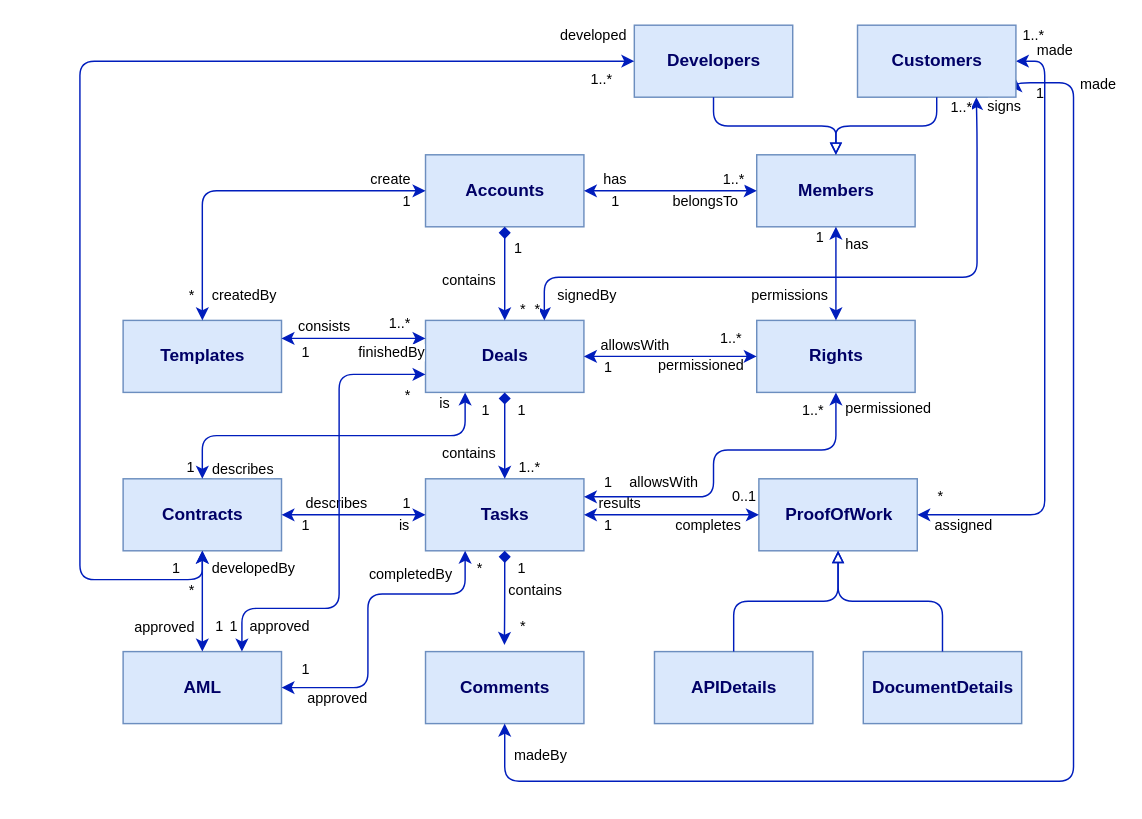
Above: Untitled Diagram.drawio in wonderbeak/draw.io (draw.io), before the change. Source tidied: cells renumbered, new cells numbered last; positions are measured from the earlier drawing's top-left corner, leaving out a move shared by most shapes. Both pictures are drawn from the tidied source at 144%, with x=0, y=0 at pixel (79, 24).
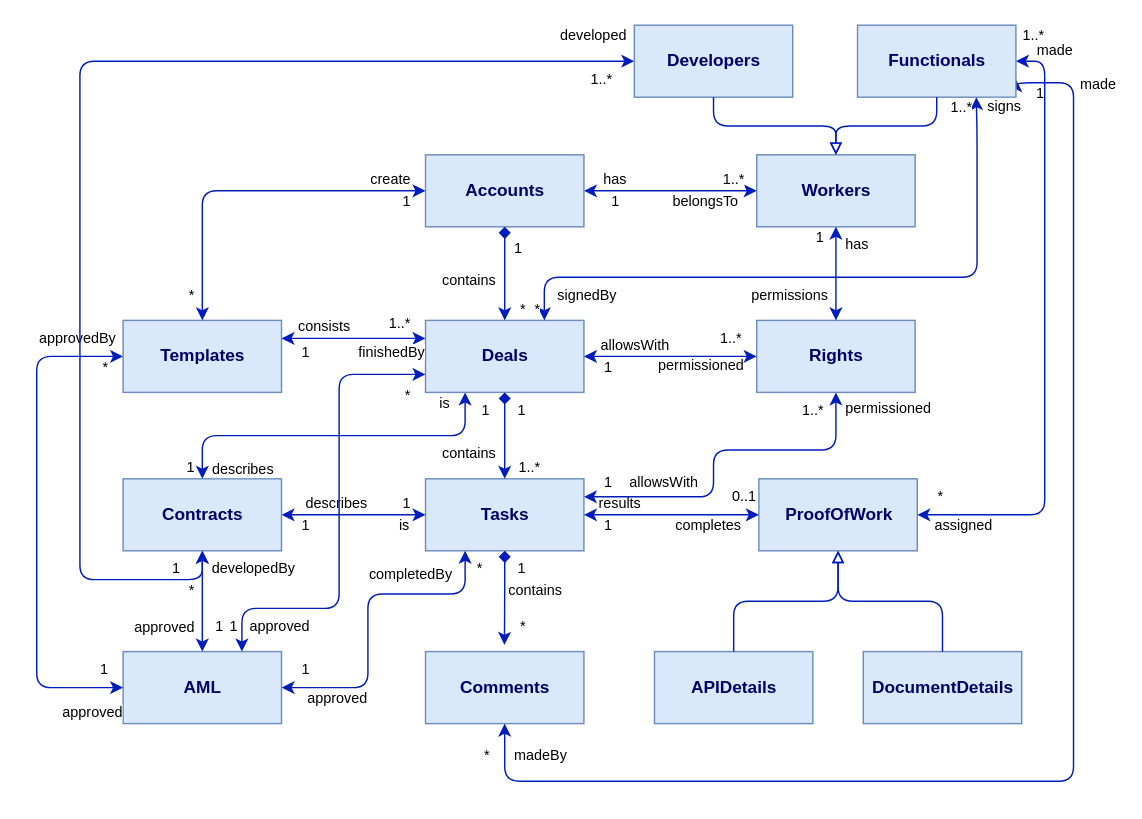
After the change.

The change refers to these unchanged cells:
```xml
<mxCell id="5" value="Templates" style="html=1;fillColor=#dae8fc;strokeColor=#6c8ebf;fontColor=#000066;fontStyle=1;" parent="1" vertex="1">
  <mxGeometry x="30" y="205" width="110" height="50" as="geometry" />
</mxCell>
<mxCell id="38" style="endArrow=classic;html=1;edgeStyle=orthogonalEdgeStyle;endFill=1;startArrow=classic;startFill=1;fontColor=#000066;fillColor=#0050ef;strokeColor=#001DBC;exitX=0.5;exitY=0;exitDx=0;exitDy=0;entryX=0;entryY=0.5;entryDx=0;entryDy=0;" parent="1" edge="1" source="5" target="4">
  <mxGeometry relative="1" as="geometry">
    <Array as="points">
      <mxPoint x="85" y="115" />
    </Array>
  </mxGeometry>
</mxCell>
<mxCell id="59" value="AML" style="html=1;fillColor=#dae8fc;strokeColor=#6c8ebf;fontColor=#000066;fontStyle=1;" parent="1" vertex="1">
  <mxGeometry x="30" y="435" width="110" height="50" as="geometry" />
</mxCell>
```

What changed in the source:
```diff
@@
-    <mxCell id="17" value="Members" style="html=1;fillColor=#dae8fc;strokeColor=#6c8ebf;fontColor=#000066;fontStyle=1;" parent="1" vertex="1">
+    <mxCell id="17" value="Workers" style="html=1;fillColor=#dae8fc;strokeColor=#6c8ebf;fontColor=#000066;fontStyle=1;" parent="1" vertex="1">
       <mxGeometry x="470" y="90" width="110" height="50" as="geometry" />
     </mxCell>
@@
-    <mxCell id="39" value="createdBy" style="html=1;align=left;verticalAlign=bottom;labelBackgroundColor=#ffffff;fontSize=10;" parent="38" vertex="1">
+    <mxCell id="39" value="approvedBy" style="html=1;align=left;verticalAlign=bottom;labelBackgroundColor=#ffffff;fontSize=10;" parent="38" vertex="1">
       <mxGeometry x="-1" relative="1" as="geometry">
-        <mxPoint x="5" y="-10.5" as="offset" />
+        <mxPoint x="-115" y="20" as="offset" />
       </mxGeometry>
     </mxCell>
@@
-    <mxCell id="57" value="Customers" style="html=1;fillColor=#dae8fc;strokeColor=#6c8ebf;fontColor=#000066;fontStyle=1;" parent="1" vertex="1">
+    <mxCell id="57" value="Functionals" style="html=1;fillColor=#dae8fc;strokeColor=#6c8ebf;fontColor=#000066;fontStyle=1;" parent="1" vertex="1">
       <mxGeometry x="540" width="110" height="50" as="geometry" />
     </mxCell>
@@
     <mxCell id="79" value="1" style="html=1;align=right;verticalAlign=bottom;labelBackgroundColor=#ffffff;fontSize=10;" parent="1" vertex="1">
-      <mxGeometry x="170" y="455" as="geometry">
+      <mxGeometry x="30" y="455" as="geometry">
         <mxPoint x="-10" as="offset" />
       </mxGeometry>
     </mxCell>
@@
+    <mxCell id="113" style="endArrow=classic;html=1;edgeStyle=orthogonalEdgeStyle;endFill=1;startArrow=classic;startFill=1;fontColor=#000066;fillColor=#0050ef;strokeColor=#001DBC;entryX=0;entryY=0.5;entryDx=0;entryDy=0;exitX=0;exitY=0.5;exitDx=0;exitDy=0;" parent="1" edge="1" source="5" target="59">
+      <mxGeometry relative="1" as="geometry">
+        <Array as="points">
+          <mxPoint x="-30" y="230" />
+          <mxPoint x="-30" y="460" />
+        </Array>
+      </mxGeometry>
+    </mxCell>
+    <mxCell id="114" style="html=1;align=left;verticalAlign=bottom;labelBackgroundColor=#ffffff;fontSize=10;" parent="113" vertex="1">
+      <mxGeometry x="-1" relative="1" as="geometry">
+        <mxPoint x="5" y="19.5" as="offset" />
+      </mxGeometry>
+    </mxCell>
+    <mxCell id="115" value="approved" style="html=1;align=right;verticalAlign=bottom;labelBackgroundColor=#ffffff;fontSize=10;" parent="113" vertex="1">
+      <mxGeometry x="1" relative="1" as="geometry">
+        <mxPoint y="25" as="offset" />
+      </mxGeometry>
+    </mxCell>
+    <mxCell id="116" value="1" style="html=1;align=right;verticalAlign=bottom;labelBackgroundColor=#ffffff;fontSize=10;" parent="1" vertex="1">
+      <mxGeometry x="170" y="455" as="geometry">
+        <mxPoint x="-10" as="offset" />
+      </mxGeometry>
+    </mxCell>
+    <mxCell id="117" value="*" style="html=1;align=right;verticalAlign=bottom;labelBackgroundColor=#ffffff;fontSize=10;" parent="1" vertex="1">
+      <mxGeometry x="30" y="245" as="geometry">
+        <mxPoint x="-10" as="offset" />
+      </mxGeometry>
+    </mxCell>
+    <mxCell id="118" value="*" style="html=1;align=right;verticalAlign=bottom;labelBackgroundColor=#ffffff;fontSize=10;" parent="1" vertex="1">
+      <mxGeometry x="295" y="515" as="geometry">
+        <mxPoint x="-10" as="offset" />
+      </mxGeometry>
+    </mxCell>
```
